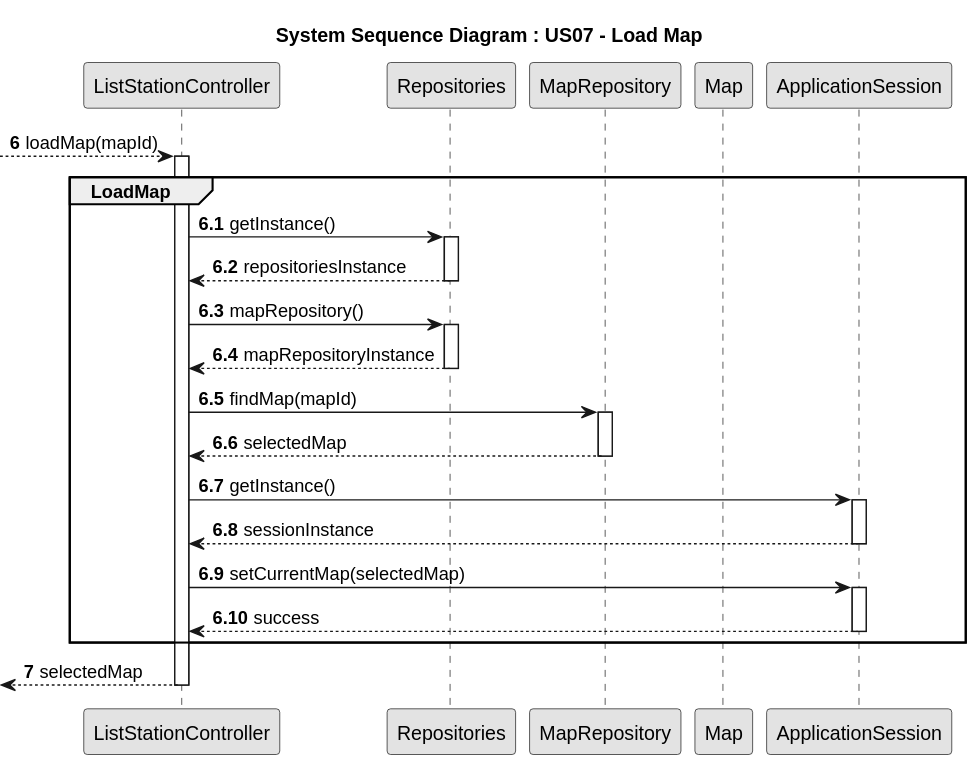
This is docs/system-documentation/Sprint 2/US07/03.design/svg/US07-SD-load-map.svg from HenriqueSilva18/Railway-Network-Simulator, a PlantUML export, as it was before one commit.
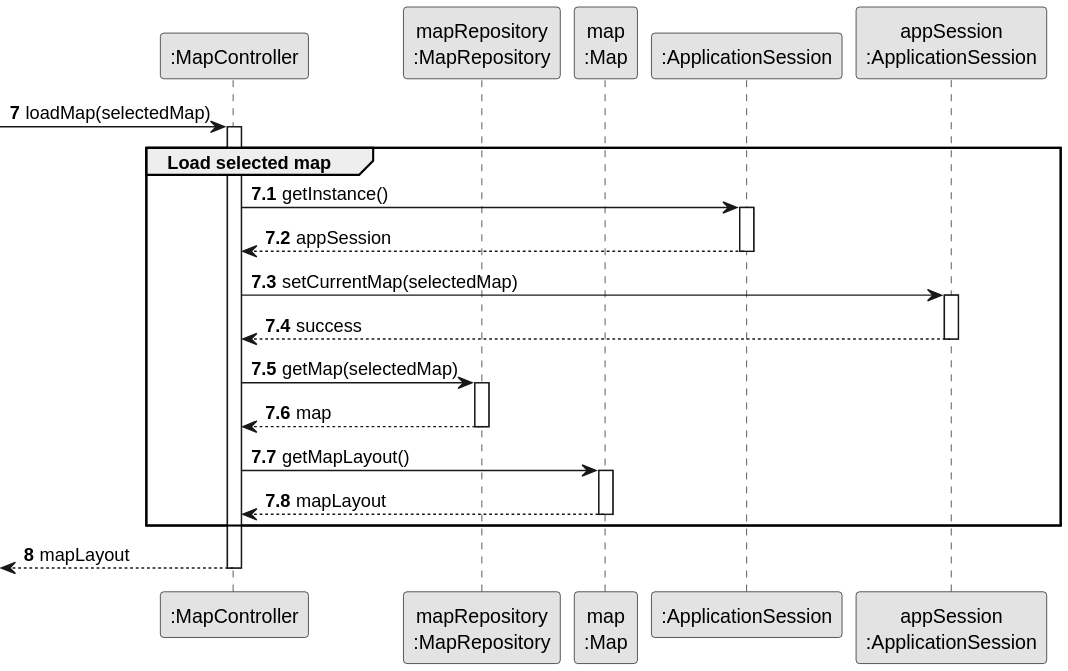
Later version of the same file.

What changed in the source:
```diff
@@ -2,47 +2,44 @@
 skinparam monochrome true
 skinparam packageStyle rectangle
 skinparam shadowing false
-autonumber
 
-title System Sequence Diagram : US07 - Load Map
+autonumber 7
 
-participant ListStationController
-participant Repositories
-participant MapRepository
-participant Map
-participant ApplicationSession
+participant ":MapController" as CTRL
+participant "mapRepository\n:MapRepository" as REPOS_MAP
+participant "map\n:Map" as MAP
+participant ":ApplicationSession" as APP_SESSION
+participant "appSession\n:ApplicationSession" as APP_SESSION_SINGLETON
 
-autonumber 6
---> ListStationController: loadMap(mapId)
-activate ListStationController
-autonumber 6.1
-group LoadMap
-  ListStationController -> Repositories : getInstance()
-  activate Repositories
-  Repositories --> ListStationController : repositoriesInstance
-  deactivate Repositories
+-> CTRL: loadMap(selectedMap)
+activate CTRL
+autonumber 7.1
+    group Load selected map
 
-  ListStationController -> Repositories : mapRepository()
-  activate Repositories
-  Repositories --> ListStationController : mapRepositoryInstance
-  deactivate Repositories
 
-  ListStationController -> MapRepository : findMap(mapId)
-  activate MapRepository
-  MapRepository --> ListStationController : selectedMap
-  deactivate MapRepository
+        CTRL -> APP_SESSION: getInstance()
+        activate APP_SESSION
+            APP_SESSION --> CTRL:appSession
+        deactivate APP_SESSION
 
-  ListStationController -> ApplicationSession : getInstance()
-  activate ApplicationSession
-  ApplicationSession --> ListStationController : sessionInstance
-  deactivate ApplicationSession
+        CTRL -> APP_SESSION_SINGLETON: setCurrentMap(selectedMap)
+        activate APP_SESSION_SINGLETON
+            APP_SESSION_SINGLETON --> CTRL: success
+        deactivate APP_SESSION_SINGLETON
 
-  ListStationController -> ApplicationSession : setCurrentMap(selectedMap)
-  activate ApplicationSession
-  ApplicationSession --> ListStationController : success
-  deactivate ApplicationSession
-end
-autonumber 7
-<-- ListStationController : selectedMap
-deactivate ListStationController
+
+        CTRL -> REPOS_MAP: getMap(selectedMap)
+        activate REPOS_MAP
+            REPOS_MAP --> CTRL: map
+        deactivate REPOS_MAP
+
+        CTRL -> MAP: getMapLayout()
+        activate MAP
+            MAP --> CTRL: mapLayout
+        deactivate MAP
+
+    end
+    autonumber 8
+    <-- CTRL : mapLayout
+deactivate CTRL
 @enduml
```
